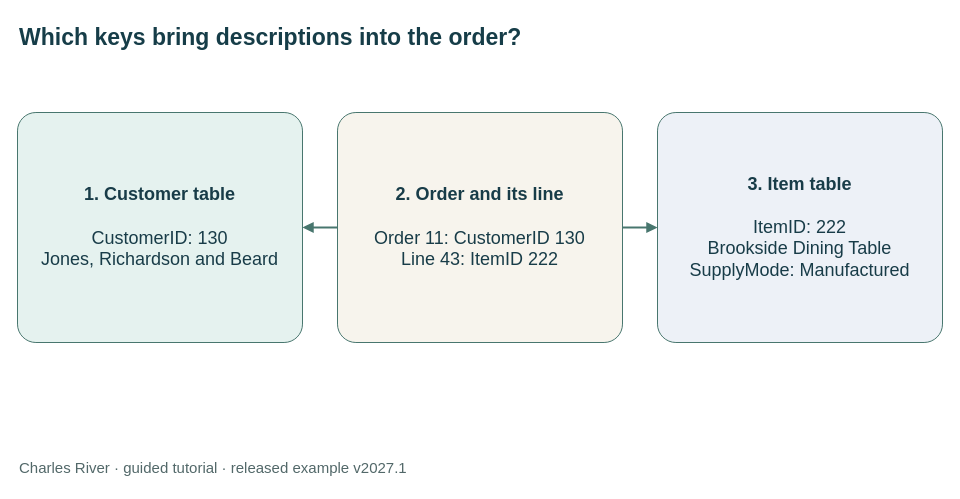
This is static/diagrams/tutorials/connect-the-records.drawio from mmcodesso/CharlesRiver_Database, a draw.io file, before an edit. Source tidied: cells renumbered, new cells numbered last; positions are measured from the earlier drawing's top-left corner, leaving out a move shared by most shapes. Both pictures are drawn from the tidied source at 100%, with x=0, y=0 at pixel (17, 17).
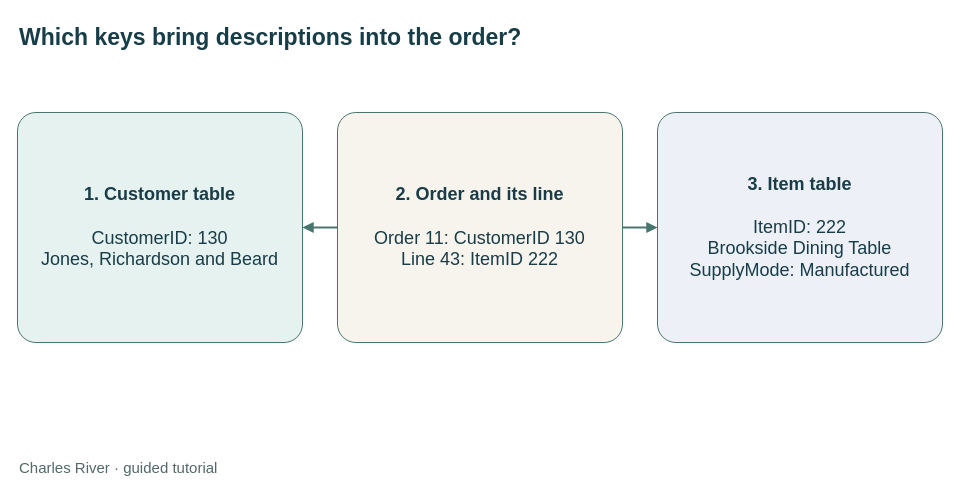
The same page after the edit.

The edit, as a diff of the source:
```diff
@@
 <mxGraphModel>
   <root>
     <mxCell id="0" />
     <mxCell id="1" parent="0" />
     <mxCell id="2" value="Which keys bring descriptions into the order?" style="text;html=0;whiteSpace=wrap;fontSize=23;fontStyle=1;fontColor=#163d48;align=left;" parent="1" vertex="1">
       <mxGeometry width="920" height="60" as="geometry" />
     </mxCell>
     <mxCell id="3" value="&lt;b&gt;1. Customer table&lt;/b&gt;&lt;br&gt;&lt;br&gt;CustomerID: 130&lt;br&gt;Jones, Richardson and Beard" style="rounded=1;whiteSpace=wrap;html=1;fillColor=#e5f2ef;strokeColor=#48766e;fontColor=#183c48;fontSize=18;spacing=15;arcSize=8;" parent="1" vertex="1">
       <mxGeometry y="95" width="285" height="230" as="geometry" />
     </mxCell>
     <mxCell id="4" value="&lt;b&gt;2. Order and its line&lt;/b&gt;&lt;br&gt;&lt;br&gt;Order 11: CustomerID 130&lt;br&gt;Line 43: ItemID 222" style="rounded=1;whiteSpace=wrap;html=1;fillColor=#f7f4ed;strokeColor=#48766e;fontColor=#183c48;fontSize=18;spacing=15;arcSize=8;" parent="1" vertex="1">
       <mxGeometry x="320" y="95" width="285" height="230" as="geometry" />
     </mxCell>
     <mxCell id="5" value="&lt;b&gt;3. Item table&lt;/b&gt;&lt;br&gt;&lt;br&gt;ItemID: 222&lt;br&gt;Brookside Dining Table&lt;br&gt;SupplyMode: Manufactured" style="rounded=1;whiteSpace=wrap;html=1;fillColor=#edf1f7;strokeColor=#48766e;fontColor=#183c48;fontSize=18;spacing=15;arcSize=8;" parent="1" vertex="1">
       <mxGeometry x="640" y="95" width="285" height="230" as="geometry" />
     </mxCell>
     <mxCell id="6" style="edgeStyle=orthogonalEdgeStyle;rounded=0;html=0;strokeColor=#48766e;strokeWidth=2;endArrow=block;endFill=1;exitX=0;exitY=0.5;entryX=1;entryY=0.5;" parent="1" edge="1" source="4" target="3">
       <mxGeometry relative="1" as="geometry" />
     </mxCell>
     <mxCell id="7" style="edgeStyle=orthogonalEdgeStyle;rounded=0;html=0;strokeColor=#48766e;strokeWidth=2;endArrow=block;endFill=1;exitX=1;exitY=0.5;entryX=0;entryY=0.5;" parent="1" edge="1" source="4" target="5">
       <mxGeometry relative="1" as="geometry" />
     </mxCell>
-    <mxCell id="8" value="Charles River · guided tutorial · released example v2027.1" style="text;html=0;fontColor=#526869;fontSize=15;align=left;" parent="1" vertex="1">
+    <mxCell id="8" value="Charles River · guided tutorial" style="text;html=0;fontColor=#526869;fontSize=15;align=left;" parent="1" vertex="1">
       <mxGeometry y="435" width="920" height="30" as="geometry" />
     </mxCell>
   </root>
 </mxGraphModel>
```
